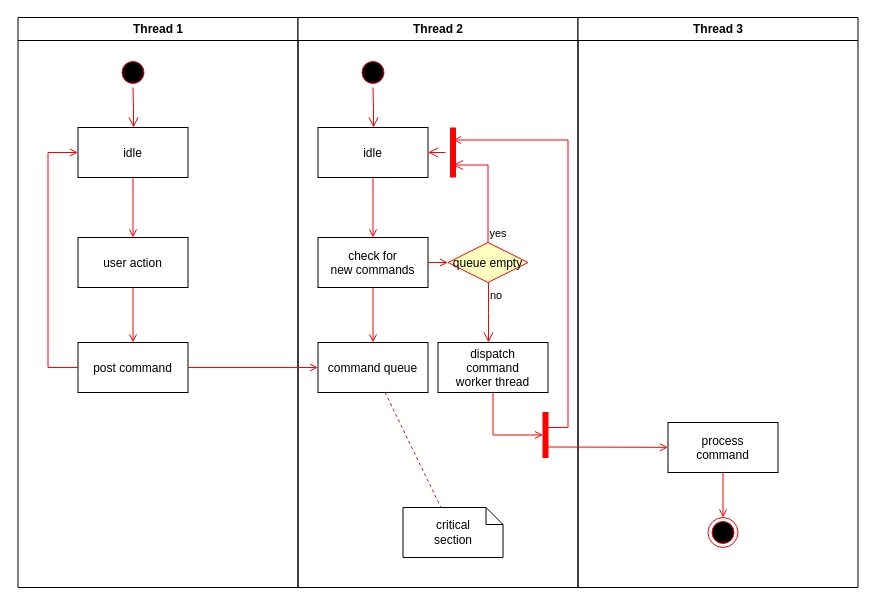
Zedrichu/Qubox-Sim keeps this draw.io diagram as Untitled Diagram.drawio. Above is the earlier version. Source tidied: cells renumbered, new cells numbered last; positions are measured from the earlier drawing's top-left corner, leaving out a move shared by most shapes. Both pictures are drawn from the tidied source at 100%, with x=0, y=0 at pixel (17, 17).
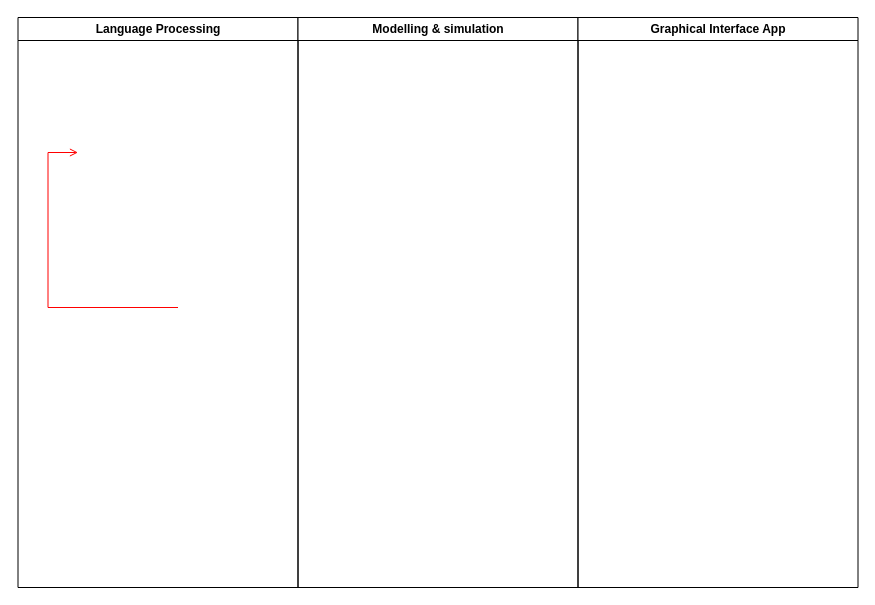
The same page after the edit.

Change to the diagram source:
```diff
@@
-    <mxCell id="2" value="Thread 1" style="swimlane;whiteSpace=wrap;" parent="1" vertex="1">
+    <mxCell id="2" value="Language Processing" style="swimlane;whiteSpace=wrap;" parent="1" vertex="1">
       <mxGeometry x="0.5" width="280" height="570" as="geometry" />
     </mxCell>
-    <mxCell id="3" style="ellipse;shape=startState;fillColor=#000000;strokeColor=#ff0000;" parent="2" vertex="1">
-      <mxGeometry x="100" y="40" width="30" height="30" as="geometry" />
-    </mxCell>
-    <mxCell id="4" style="edgeStyle=elbowEdgeStyle;elbow=horizontal;verticalAlign=bottom;endArrow=open;endSize=8;strokeColor=#FF0000;endFill=1;rounded=0;" parent="2" edge="1" source="3" target="5">
-      <mxGeometry x="100" y="40" as="geometry" />
-    </mxCell>
-    <mxCell id="5" value="idle" parent="2" vertex="1">
-      <mxGeometry x="60" y="110" width="110" height="50" as="geometry" />
-    </mxCell>
-    <mxCell id="6" value="user action" parent="2" vertex="1">
-      <mxGeometry x="60" y="220" width="110" height="50" as="geometry" />
-    </mxCell>
-    <mxCell id="7" style="endArrow=open;strokeColor=#FF0000;endFill=1;rounded=0;" parent="2" edge="1" source="5" target="6">
-      <mxGeometry relative="1" as="geometry" />
-    </mxCell>
-    <mxCell id="8" value="post command" parent="2" vertex="1">
-      <mxGeometry x="60" y="325" width="110" height="50" as="geometry" />
-    </mxCell>
-    <mxCell id="9" style="endArrow=open;strokeColor=#FF0000;endFill=1;rounded=0;" parent="2" edge="1" source="6" target="8">
-      <mxGeometry relative="1" as="geometry" />
-    </mxCell>
-    <mxCell id="10" style="edgeStyle=elbowEdgeStyle;elbow=horizontal;strokeColor=#FF0000;endArrow=open;endFill=1;rounded=0;" parent="2" edge="1" source="8" target="5">
+    <mxCell id="10" style="edgeStyle=elbowEdgeStyle;elbow=horizontal;strokeColor=#FF0000;endArrow=open;endFill=1;rounded=0;" parent="2" edge="1">
       <mxGeometry relative="1" as="geometry">
+        <mxPoint x="160" y="290" as="sourcePoint" />
+        <mxPoint x="60" y="135" as="targetPoint" />
         <Array as="points">
           <mxPoint x="30" y="250" />
         </Array>
       </mxGeometry>
     </mxCell>
-    <mxCell id="11" value="Thread 2" style="swimlane;whiteSpace=wrap;" parent="1" vertex="1">
+    <mxCell id="11" value="Modelling &amp; simulation" style="swimlane;whiteSpace=wrap;" parent="1" vertex="1">
       <mxGeometry x="280.5" width="280" height="570" as="geometry" />
     </mxCell>
-    <mxCell id="12" style="ellipse;shape=startState;fillColor=#000000;strokeColor=#ff0000;" parent="11" vertex="1">
-      <mxGeometry x="60" y="40" width="30" height="30" as="geometry" />
-    </mxCell>
-    <mxCell id="13" style="edgeStyle=elbowEdgeStyle;elbow=horizontal;verticalAlign=bottom;endArrow=open;endSize=8;strokeColor=#FF0000;endFill=1;rounded=0;" parent="11" edge="1" source="12" target="14">
-      <mxGeometry x="40" y="20" as="geometry" />
-    </mxCell>
-    <mxCell id="14" value="idle" parent="11" vertex="1">
-      <mxGeometry x="20" y="110" width="110" height="50" as="geometry" />
-    </mxCell>
-    <mxCell id="15" value="check for &#10;new commands" parent="11" vertex="1">
-      <mxGeometry x="20" y="220" width="110" height="50" as="geometry" />
-    </mxCell>
-    <mxCell id="16" style="endArrow=open;strokeColor=#FF0000;endFill=1;rounded=0;" parent="11" edge="1" source="14" target="15">
-      <mxGeometry relative="1" as="geometry" />
-    </mxCell>
-    <mxCell id="17" value="command queue" parent="11" vertex="1">
-      <mxGeometry x="20" y="325" width="110" height="50" as="geometry" />
-    </mxCell>
-    <mxCell id="18" style="endArrow=open;strokeColor=#FF0000;endFill=1;rounded=0;" parent="11" edge="1" source="15" target="17">
-      <mxGeometry relative="1" as="geometry" />
-    </mxCell>
-    <mxCell id="19" value="queue empty" style="rhombus;fillColor=#ffffc0;strokeColor=#ff0000;" parent="11" vertex="1">
-      <mxGeometry x="150" y="225" width="80" height="40" as="geometry" />
-    </mxCell>
-    <mxCell id="20" value="yes" style="edgeStyle=elbowEdgeStyle;elbow=horizontal;align=left;verticalAlign=bottom;endArrow=open;endSize=8;strokeColor=#FF0000;exitX=0.5;exitY=0;endFill=1;rounded=0;entryX=0.75;entryY=0.5;entryPerimeter=0;" parent="11" edge="1" source="19" target="23">
-      <mxGeometry x="-1" relative="1" as="geometry">
-        <Array as="points">
-          <mxPoint x="190" y="180" />
-        </Array>
-      </mxGeometry>
-    </mxCell>
-    <mxCell id="21" value="no" style="edgeStyle=elbowEdgeStyle;elbow=horizontal;align=left;verticalAlign=top;endArrow=open;endSize=8;strokeColor=#FF0000;endFill=1;rounded=0;" parent="11" edge="1" source="19" target="25">
-      <mxGeometry x="-1" relative="1" as="geometry" />
-    </mxCell>
-    <mxCell id="22" style="endArrow=open;strokeColor=#FF0000;endFill=1;rounded=0;" parent="11" edge="1" source="15" target="19">
-      <mxGeometry relative="1" as="geometry" />
-    </mxCell>
-    <mxCell id="23" style="shape=line;strokeWidth=6;strokeColor=#ff0000;rotation=90;" parent="11" vertex="1">
-      <mxGeometry x="130" y="127.5" width="50" height="15" as="geometry" />
-    </mxCell>
-    <mxCell id="24" style="edgeStyle=elbowEdgeStyle;elbow=horizontal;verticalAlign=bottom;endArrow=open;endSize=8;strokeColor=#FF0000;endFill=1;rounded=0;" parent="11" edge="1" source="23" target="14">
-      <mxGeometry x="130" y="90" as="geometry" />
-    </mxCell>
-    <mxCell id="25" value="dispatch&#10;command&#10;worker thread" parent="11" vertex="1">
-      <mxGeometry x="140" y="325" width="110" height="50" as="geometry" />
-    </mxCell>
-    <mxCell id="26" value="critical&#10;section" style="shape=note;whiteSpace=wrap;size=17;" parent="11" vertex="1">
-      <mxGeometry x="105" y="490" width="100" height="50" as="geometry" />
-    </mxCell>
-    <mxCell id="27" style="endArrow=none;strokeColor=#FF0000;endFill=0;rounded=0;dashed=1;" parent="11" edge="1" source="17" target="26">
-      <mxGeometry relative="1" as="geometry" />
-    </mxCell>
-    <mxCell id="28" style="whiteSpace=wrap;strokeColor=#FF0000;fillColor=#FF0000;" parent="11" vertex="1">
-      <mxGeometry x="245" y="395" width="5" height="45" as="geometry" />
-    </mxCell>
-    <mxCell id="29" style="edgeStyle=elbowEdgeStyle;elbow=horizontal;entryX=0;entryY=0.5;strokeColor=#FF0000;endArrow=open;endFill=1;rounded=0;" parent="11" edge="1" source="25" target="28">
-      <mxGeometry relative="1" as="geometry">
-        <Array as="points">
-          <mxPoint x="195" y="400" />
-        </Array>
-      </mxGeometry>
-    </mxCell>
-    <mxCell id="30" value="Thread 3" style="swimlane;whiteSpace=wrap;" parent="1" vertex="1">
+    <mxCell id="30" value="Graphical Interface App" style="swimlane;whiteSpace=wrap;" parent="1" vertex="1">
       <mxGeometry x="560.5" width="280" height="570" as="geometry" />
     </mxCell>
-    <mxCell id="31" value="process&#10;command" parent="30" vertex="1">
-      <mxGeometry x="90" y="405" width="110" height="50" as="geometry" />
-    </mxCell>
-    <mxCell id="32" style="edgeStyle=elbowEdgeStyle;elbow=horizontal;strokeColor=#FF0000;endArrow=open;endFill=1;rounded=0;entryX=0.25;entryY=0.5;entryPerimeter=0;" parent="30" edge="1" target="23">
-      <mxGeometry relative="1" as="geometry">
-        <mxPoint x="-30" y="410" as="sourcePoint" />
-        <Array as="points">
-          <mxPoint x="-10" y="135" />
-        </Array>
-      </mxGeometry>
-    </mxCell>
-    <mxCell id="33" style="edgeStyle=none;strokeColor=#FF0000;endArrow=open;endFill=1;rounded=0;" parent="30" edge="1" target="31">
-      <mxGeometry relative="1" as="geometry">
-        <mxPoint x="-30" y="429.5" as="sourcePoint" />
-      </mxGeometry>
-    </mxCell>
-    <mxCell id="34" style="ellipse;shape=endState;fillColor=#000000;strokeColor=#ff0000;" parent="30" vertex="1">
-      <mxGeometry x="130" y="500" width="30" height="30" as="geometry" />
-    </mxCell>
-    <mxCell id="35" style="endArrow=open;strokeColor=#FF0000;endFill=1;rounded=0;" parent="30" edge="1" source="31" target="34">
-      <mxGeometry relative="1" as="geometry" />
-    </mxCell>
-    <mxCell id="36" style="endArrow=open;strokeColor=#FF0000;endFill=1;rounded=0;" parent="1" edge="1" source="8" target="17">
-      <mxGeometry relative="1" as="geometry" />
-    </mxCell>
```
